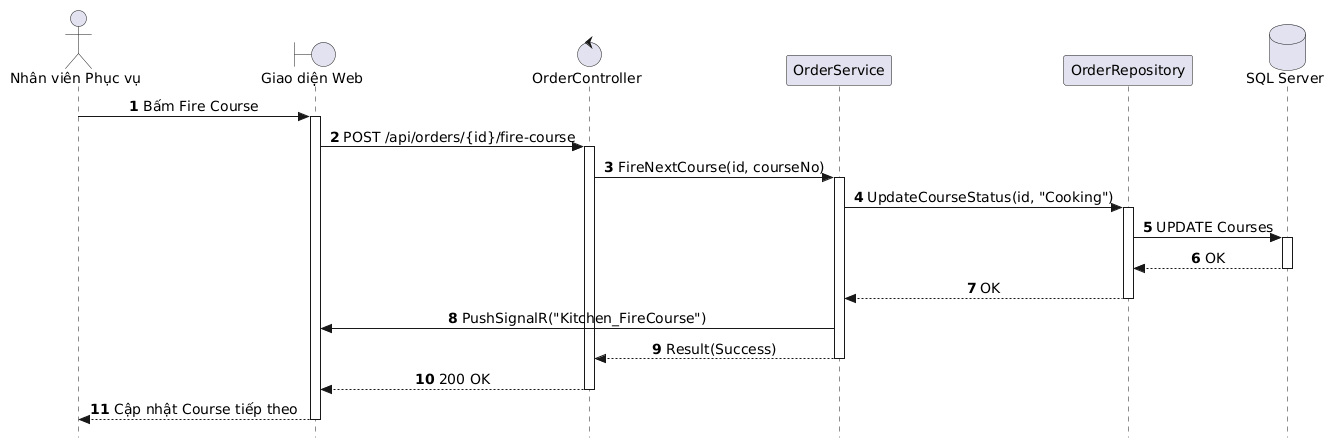
Above: out/docs/puml/sequences/SD_UC_E1_2_Fire_Next_Course/SD_UC_E1_2_Fire_Next_Course.png in AndrewQng/VinDining (PlantUML), before the change. Its diagram source:
```plantuml
@startuml
autonumber
skinparam style strictuml
skinparam sequenceMessageAlign center
skinparam responseMessageBelowArrow true
skinparam defaultFontName "Segoe UI", Arial, sans-serif
skinparam defaultFontSize 14

actor "Nhân viên Phục vụ" as Waitstaff
boundary "Giao diện Web" as UI
control "OrderController" as Controller
participant "OrderService" as Service
participant "OrderRepository" as Repo
database "SQL Server" as DB

Waitstaff -> UI: Bấm Fire Course
activate UI

UI -> Controller: POST /api/orders/{id}/fire-course
activate Controller

Controller -> Service: FireNextCourse(id, courseNo)
activate Service

Service -> Repo: UpdateCourseStatus(id, "Cooking")
activate Repo

Repo -> DB: UPDATE Courses
activate DB
DB --> Repo: OK
deactivate DB

Repo --> Service: OK
deactivate Repo

Service -> UI: PushSignalR("Kitchen_FireCourse")

Service --> Controller: Result(Success)
deactivate Service

Controller --> UI: 200 OK
deactivate Controller

UI --> Waitstaff: Cập nhật Course tiếp theo
deactivate UI
@enduml
```
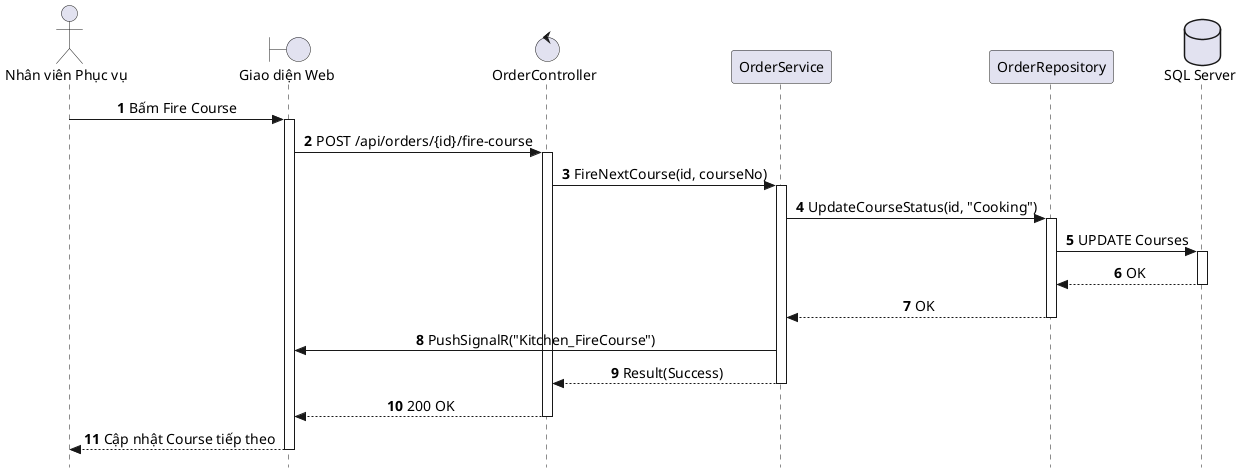
After the change.

What changed in the source:
```diff
@@ -1,4 +1,4 @@
-@startuml
+@startuml SD_UC_E1_2_Fire_Next_Course
 autonumber
 skinparam style strictuml
 skinparam sequenceMessageAlign center
@@ -43,4 +43,5 @@
 
 UI --> Waitstaff: Cập nhật Course tiếp theo
 deactivate UI
+
 @enduml
```
